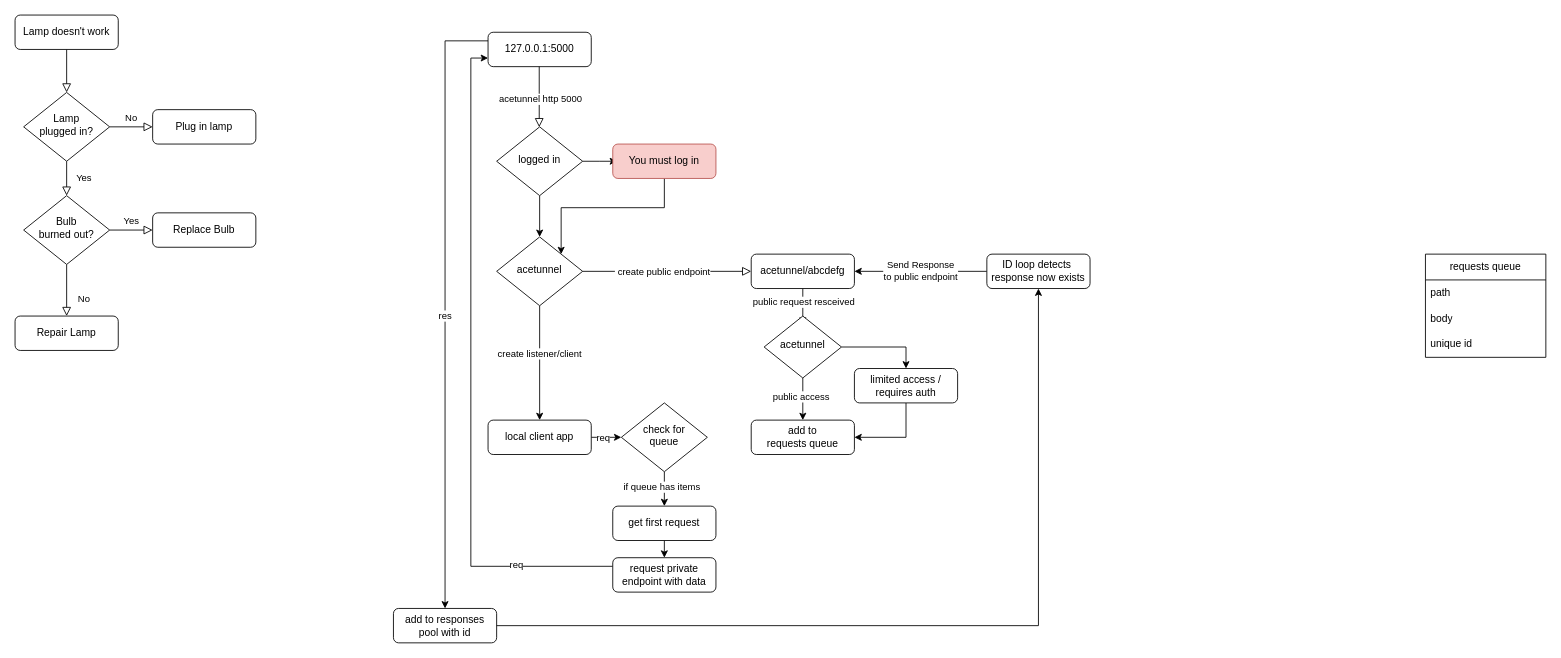
This is acetunnel.drawio from bosdos12/acetunnel, a draw.io file, before an edit. Source tidied: cells renumbered, new cells numbered last; positions are measured from the earlier drawing's top-left corner, leaving out a move shared by most shapes. Both pictures are drawn from the tidied source at 86%, with x=0, y=0 at pixel (15, 15).
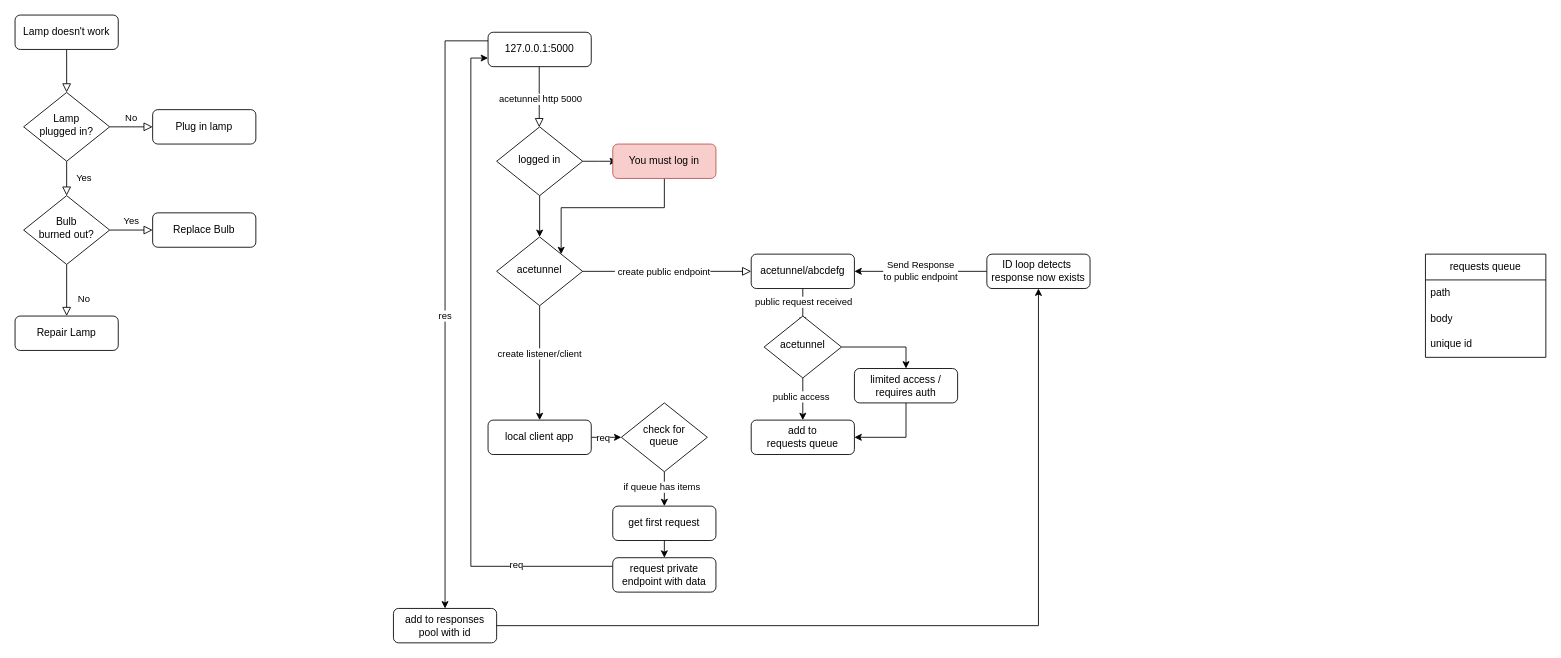
Above is the later version.

Unchanged cells that the change refers to:
```xml
<mxCell id="18" style="edgeStyle=orthogonalEdgeStyle;rounded=0;jettySize=auto;html=1;exitX=0.5;exitY=1;exitDx=0;exitDy=0;" parent="1" edge="1" source="45">
  <mxGeometry relative="1" as="geometry">
    <mxPoint x="916" y="360" as="targetPoint" />
  </mxGeometry>
</mxCell>
```

What changed in the source:
```diff
@@
-    <mxCell id="19" value="public request resceived" style="edgeLabel;html=1;align=center;verticalAlign=middle;" parent="18" vertex="1">
+    <mxCell id="19" value="public request received" style="edgeLabel;html=1;align=center;verticalAlign=middle;" parent="18" vertex="1">
       <mxGeometry x="-0.12" relative="1" as="geometry">
         <mxPoint y="-4" as="offset" />
       </mxGeometry>
     </mxCell>
```
